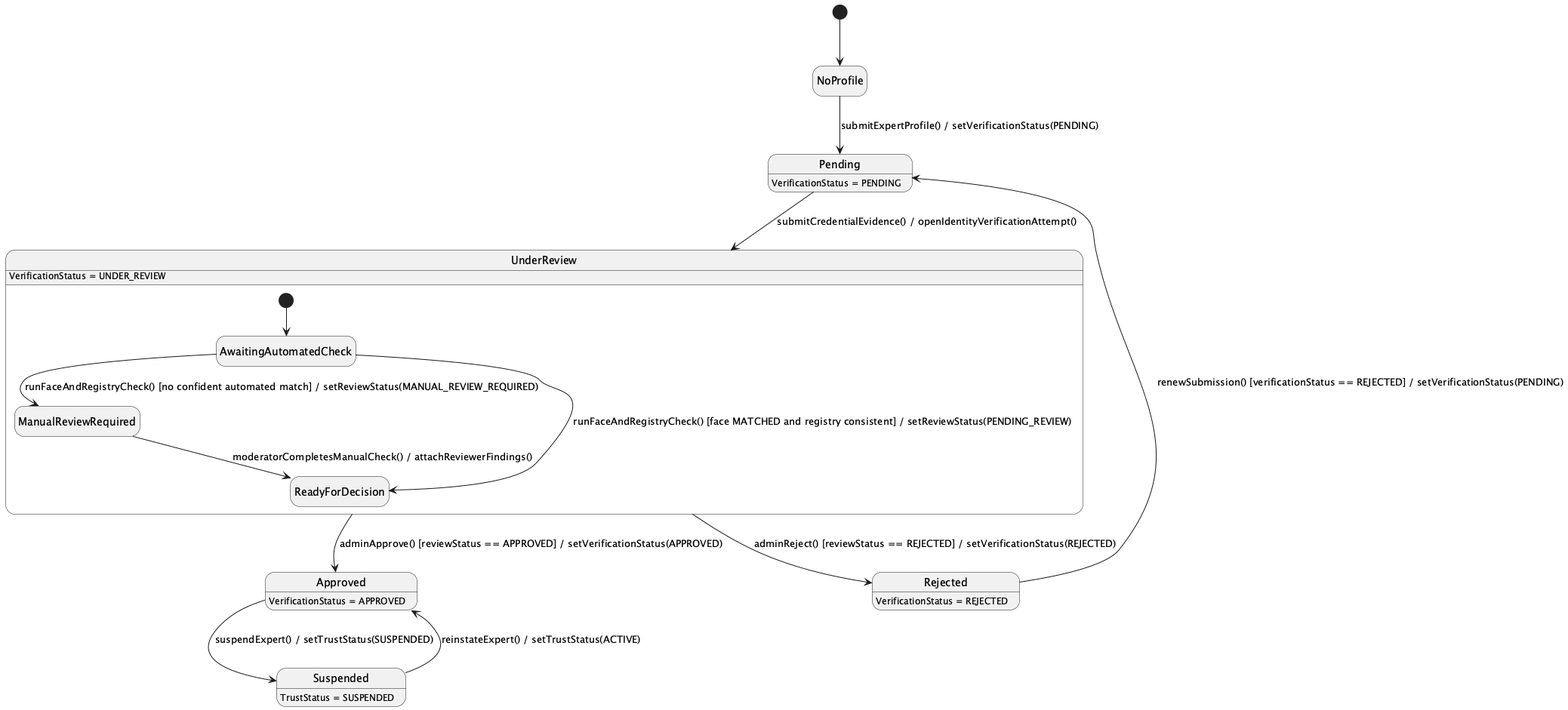
The PlantUML diagram 03_Design/Detailed_Design/MF05_Verified_Expert_Network/images/01_Expert_Onboarding_Identity_Credentials_and_Trust_StateChartDiagram.png in ChuongBDHE172784/CareBridge_SEP490_G79, before a commit.
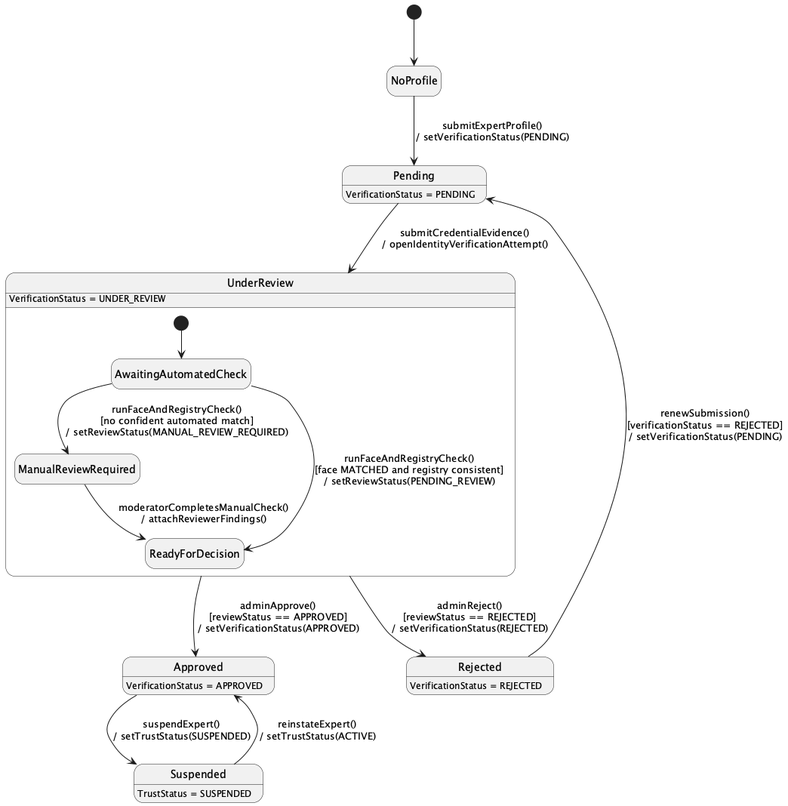
Later version of the same file.

Change to the diagram source:
```diff
@@ -1,20 +1,20 @@
-@startuml
+@startuml StateChartDiagram_01ExpertOnboardingIdentityCredentialsandTrust
 hide empty description
 [*] --> NoProfile
 
-NoProfile --> Pending : submitExpertProfile() / setVerificationStatus(PENDING)
-Pending --> UnderReview : submitCredentialEvidence() / openIdentityVerificationAttempt()
-UnderReview --> Approved : adminApprove() [reviewStatus == APPROVED] / setVerificationStatus(APPROVED)
-UnderReview --> Rejected : adminReject() [reviewStatus == REJECTED] / setVerificationStatus(REJECTED)
-Rejected --> Pending : renewSubmission() [verificationStatus == REJECTED] / setVerificationStatus(PENDING)
-Approved --> Suspended : suspendExpert() / setTrustStatus(SUSPENDED)
-Suspended --> Approved : reinstateExpert() / setTrustStatus(ACTIVE)
+NoProfile --> Pending : submitExpertProfile()\n/ setVerificationStatus(PENDING)
+Pending --> UnderReview : submitCredentialEvidence()\n/ openIdentityVerificationAttempt()
+UnderReview --> Approved : adminApprove()\n[reviewStatus == APPROVED]\n/ setVerificationStatus(APPROVED)
+UnderReview --> Rejected : adminReject()\n[reviewStatus == REJECTED]\n/ setVerificationStatus(REJECTED)
+Rejected --> Pending : renewSubmission()\n[verificationStatus == REJECTED]\n/ setVerificationStatus(PENDING)
+Approved --> Suspended : suspendExpert()\n/ setTrustStatus(SUSPENDED)
+Suspended --> Approved : reinstateExpert()\n/ setTrustStatus(ACTIVE)
 
 state UnderReview {
   [*] --> AwaitingAutomatedCheck
-  AwaitingAutomatedCheck --> ManualReviewRequired : runFaceAndRegistryCheck() [no confident automated match] / setReviewStatus(MANUAL_REVIEW_REQUIRED)
-  AwaitingAutomatedCheck --> ReadyForDecision : runFaceAndRegistryCheck() [face MATCHED and registry consistent] / setReviewStatus(PENDING_REVIEW)
-  ManualReviewRequired --> ReadyForDecision : moderatorCompletesManualCheck() / attachReviewerFindings()
+  AwaitingAutomatedCheck --> ManualReviewRequired : runFaceAndRegistryCheck()\n[no confident automated match]\n/ setReviewStatus(MANUAL_REVIEW_REQUIRED)
+  AwaitingAutomatedCheck --> ReadyForDecision : runFaceAndRegistryCheck()\n[face MATCHED and registry consistent]\n/ setReviewStatus(PENDING_REVIEW)
+  ManualReviewRequired --> ReadyForDecision : moderatorCompletesManualCheck()\n/ attachReviewerFindings()
 }
 
 Pending : VerificationStatus = PENDING
```
